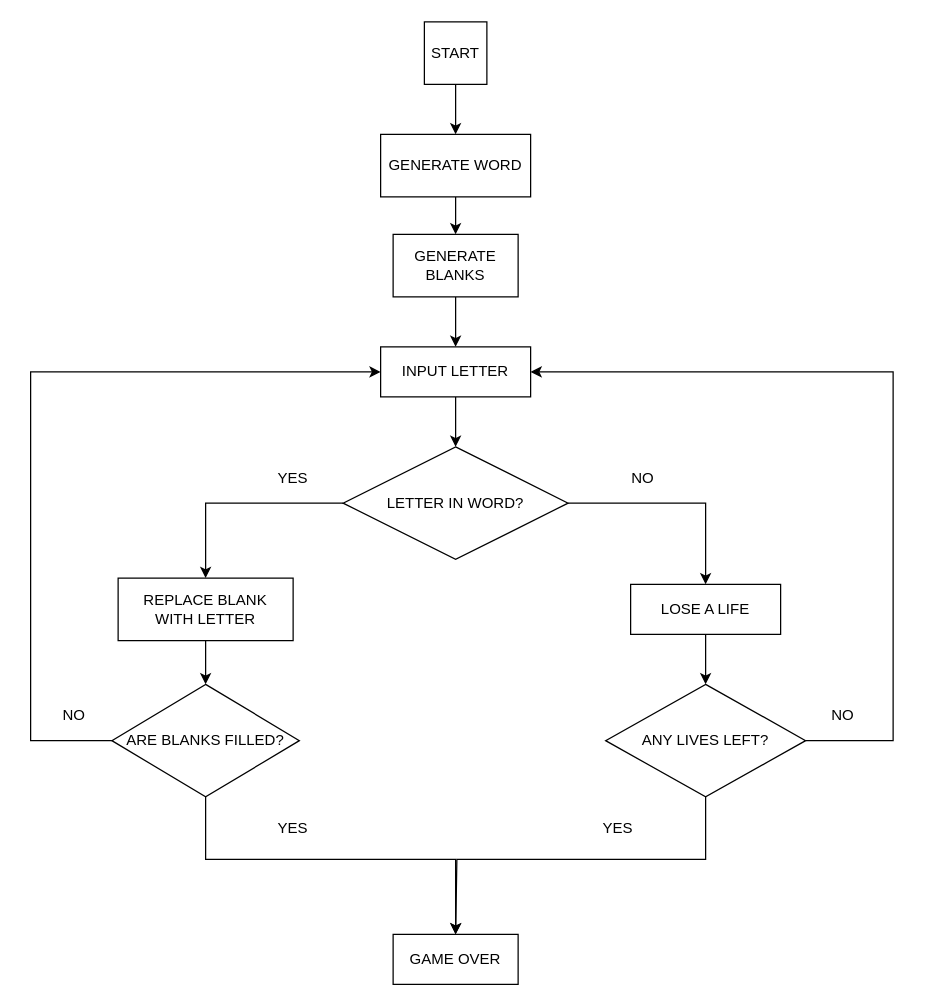
This is hangman_flowchart.drawio from jhegyes/design_ideas, a draw.io file, before an edit. Source tidied: cells renumbered, new cells numbered last; positions are measured from the earlier drawing's top-left corner, leaving out a move shared by most shapes. Both pictures are drawn from the tidied source at 125%, with x=0, y=0 at pixel (30, 21).
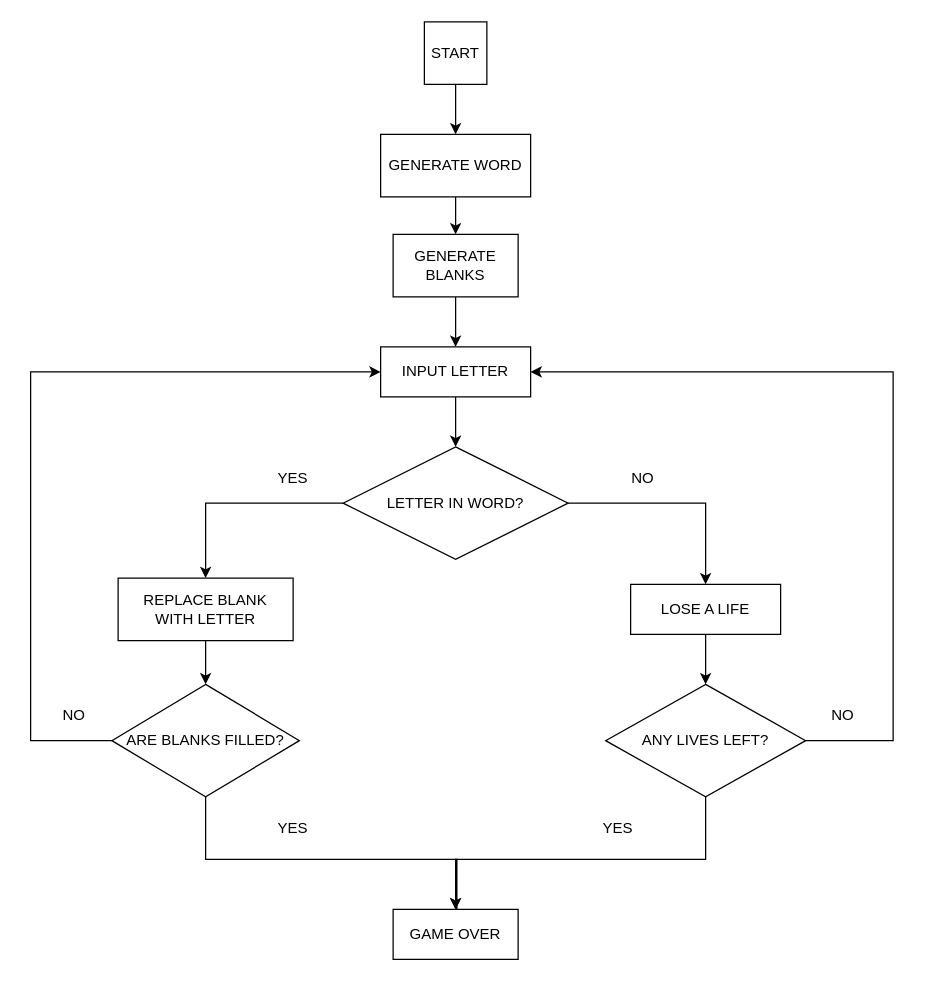
Above is the later version.

Commit message:
intial commit of diagram

The change refers to these unchanged cells:
```xml
<mxCell id="24" value="ANY LIVES LEFT?" style="rhombus;whiteSpace=wrap;html=1;" parent="1" vertex="1">
  <mxGeometry x="460" y="530" width="160" height="90" as="geometry" />
</mxCell>
```

The edit, as a diff of the source:
```diff
@@
-    <mxCell id="22" style="edgeStyle=orthogonalEdgeStyle;rounded=0;jettySize=auto;html=1;" parent="1" edge="1" source="24">
+    <mxCell id="22" style="edgeStyle=orthogonalEdgeStyle;rounded=0;jettySize=auto;html=1;" parent="1" edge="1" source="25">
       <mxGeometry relative="1" as="geometry">
         <mxPoint x="340" y="730" as="targetPoint" />
         <Array as="points">
-          <mxPoint x="540" y="670" />
           <mxPoint x="341" y="670" />
         </Array>
       </mxGeometry>
     </mxCell>
@@
-    <mxCell id="25" value="GAME OVER" style="rounded=0;whiteSpace=wrap;html=1;" parent="1" vertex="1">
-      <mxGeometry x="290" y="730" width="100" height="40" as="geometry" />
-    </mxCell>
@@
+    <mxCell id="32" style="edgeStyle=orthogonalEdgeStyle;rounded=0;jettySize=auto;html=1;" parent="1" edge="1" source="24" target="25">
+      <mxGeometry relative="1" as="geometry">
+        <Array as="points">
+          <mxPoint x="540" y="670" />
+        </Array>
+      </mxGeometry>
+    </mxCell>
+    <mxCell id="25" value="GAME OVER" style="rounded=0;whiteSpace=wrap;html=1;" parent="1" vertex="1">
+      <mxGeometry x="290" y="710" width="100" height="40" as="geometry" />
+    </mxCell>
```
